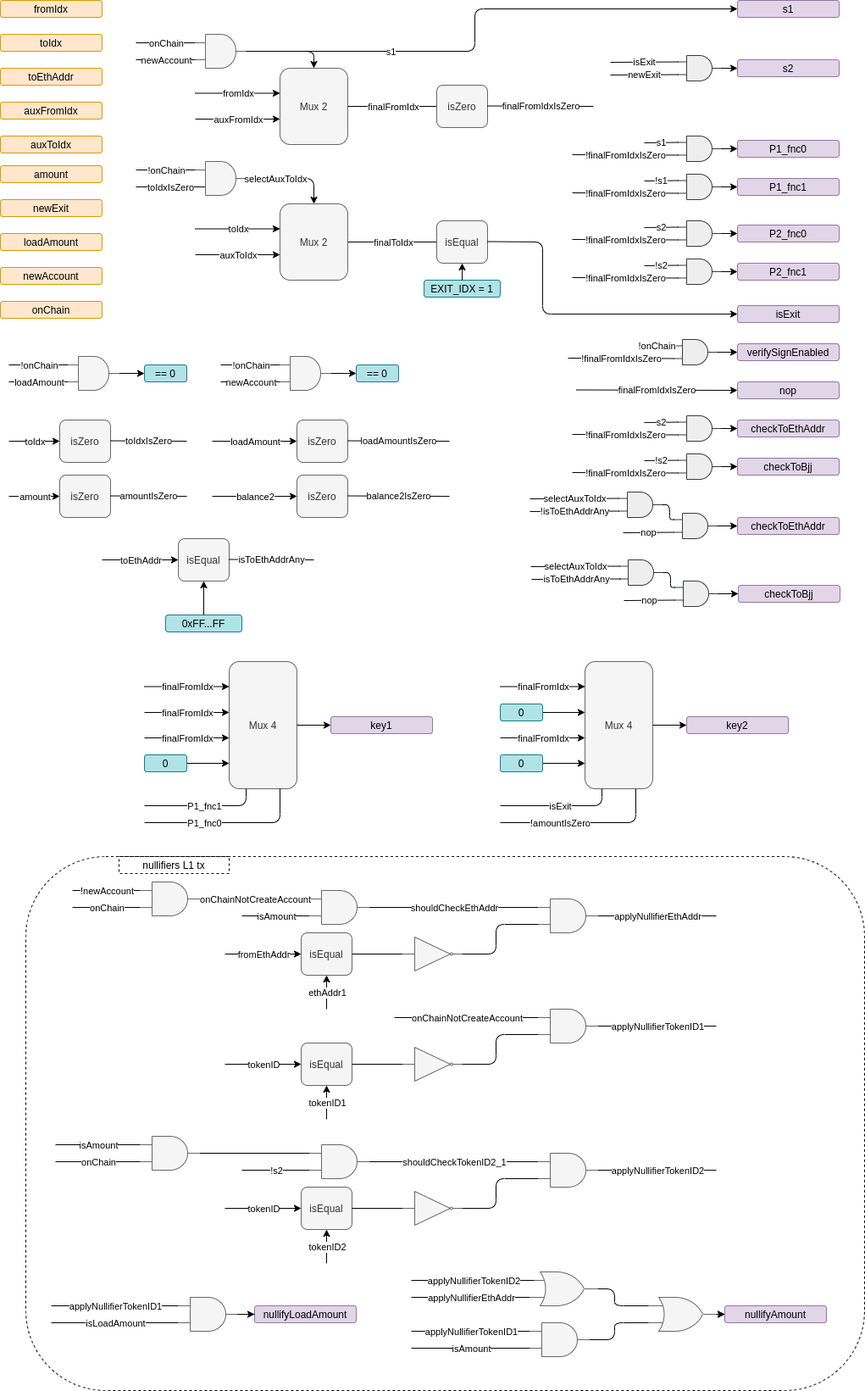
Before: docs/developers/protocol/hermez-protocol/circuits/rollup-tx-states.png, a diagram exported from draw.io (hermeznetwork/docs). Source tidied: cells renumbered, new cells last; positions are measured from the earlier drawing's top-left corner, leaving out a move shared by most shapes.
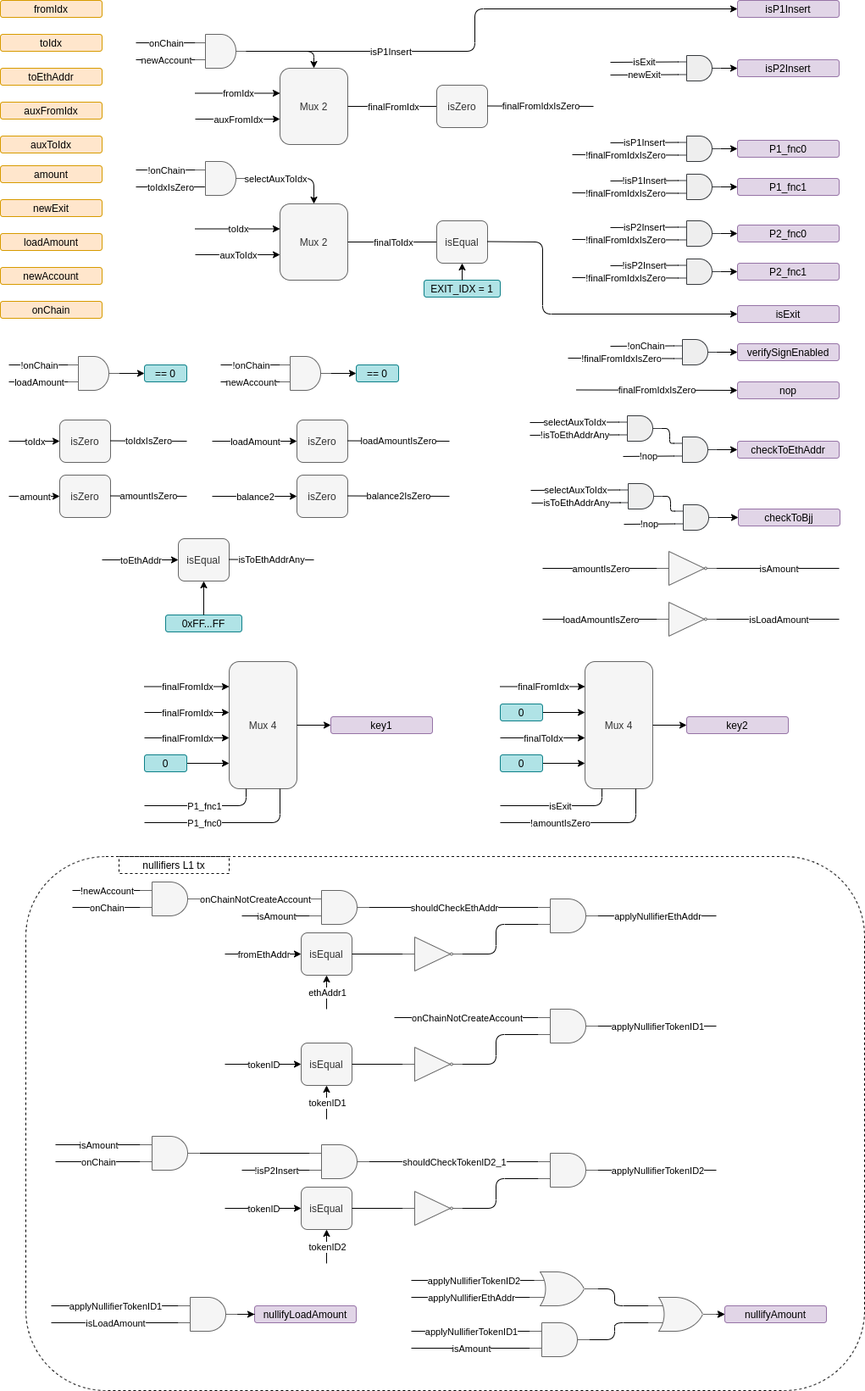
After the commit.

Change to the diagram source:
```diff
@@ -32,10 +32,10 @@
     <mxCell id="11" value="newAccount" style="text;html=1;strokeColor=#d79b00;fillColor=#ffe6cc;align=center;verticalAlign=middle;whiteSpace=wrap;rounded=1;" parent="1" vertex="1">
       <mxGeometry y="315" width="120" height="20" as="geometry" />
     </mxCell>
-    <mxCell id="12" value="s1" style="text;html=1;strokeColor=#9673a6;fillColor=#e1d5e7;align=center;verticalAlign=middle;whiteSpace=wrap;rounded=1;" parent="1" vertex="1">
+    <mxCell id="12" value="isP1Insert" style="text;html=1;strokeColor=#9673a6;fillColor=#e1d5e7;align=center;verticalAlign=middle;whiteSpace=wrap;rounded=1;" parent="1" vertex="1">
       <mxGeometry x="870" width="120" height="20" as="geometry" />
     </mxCell>
-    <mxCell id="13" value="s2" style="text;html=1;strokeColor=#9673a6;fillColor=#e1d5e7;align=center;verticalAlign=middle;whiteSpace=wrap;rounded=1;" parent="1" vertex="1">
+    <mxCell id="13" value="isP2Insert" style="text;html=1;strokeColor=#9673a6;fillColor=#e1d5e7;align=center;verticalAlign=middle;whiteSpace=wrap;rounded=1;" parent="1" vertex="1">
       <mxGeometry x="870" y="70" width="120" height="20" as="geometry" />
     </mxCell>
     <mxCell id="14" value="P1_fnc0" style="text;html=1;strokeColor=#9673a6;fillColor=#e1d5e7;align=center;verticalAlign=middle;whiteSpace=wrap;rounded=1;" parent="1" vertex="1">
@@ -74,7 +74,7 @@
         </Array>
       </mxGeometry>
     </mxCell>
-    <mxCell id="23" value="s1" style="edgeLabel;html=1;align=center;verticalAlign=middle;" parent="22" vertex="1">
+    <mxCell id="23" value="isP1Insert" style="edgeLabel;html=1;align=center;verticalAlign=middle;" parent="22" vertex="1">
       <mxGeometry relative="1" as="geometry">
         <mxPoint x="-100" y="45" as="offset" />
       </mxGeometry>
@@ -406,18 +406,18 @@
     </mxCell>
     <mxCell id="107" style="endArrow=none;html=1;endFill=0;entryX=0;entryY=0.25;entryDx=0;entryDy=0;entryPerimeter=0;" parent="1" edge="1" target="102">
       <mxGeometry relative="1" as="geometry">
-        <mxPoint x="760" y="168" as="sourcePoint" />
+        <mxPoint x="720" y="168" as="sourcePoint" />
       </mxGeometry>
     </mxCell>
-    <mxCell id="108" value="s1" style="edgeLabel;html=1;align=center;verticalAlign=middle;" parent="107" vertex="1">
+    <mxCell id="108" value="isP1Insert" style="edgeLabel;html=1;align=center;verticalAlign=middle;" parent="107" vertex="1">
       <mxGeometry relative="1" as="geometry" />
     </mxCell>
     <mxCell id="109" style="endArrow=none;html=1;entryX=0;entryY=0.25;entryDx=0;entryDy=0;entryPerimeter=0;endFill=0;" parent="1" edge="1" target="105">
       <mxGeometry relative="1" as="geometry">
-        <mxPoint x="760" y="213" as="sourcePoint" />
+        <mxPoint x="720" y="213" as="sourcePoint" />
       </mxGeometry>
     </mxCell>
-    <mxCell id="110" value="!s1" style="edgeLabel;html=1;align=center;verticalAlign=middle;" parent="109" vertex="1">
+    <mxCell id="110" value="!isP1Insert" style="edgeLabel;html=1;align=center;verticalAlign=middle;" parent="109" vertex="1">
       <mxGeometry relative="1" as="geometry" />
     </mxCell>
     <mxCell id="111" value="0" style="text;html=1;strokeColor=#0e8088;fillColor=#b0e3e6;align=center;verticalAlign=middle;whiteSpace=wrap;rounded=1;" parent="1" vertex="1">
@@ -516,18 +516,18 @@
     </mxCell>
     <mxCell id="133" style="endArrow=none;html=1;endFill=0;entryX=0;entryY=0.25;entryDx=0;entryDy=0;entryPerimeter=0;" parent="1" edge="1" target="128">
       <mxGeometry relative="1" as="geometry">
-        <mxPoint x="760" y="268" as="sourcePoint" />
+        <mxPoint x="720" y="268" as="sourcePoint" />
       </mxGeometry>
     </mxCell>
-    <mxCell id="134" value="s2" style="edgeLabel;html=1;align=center;verticalAlign=middle;" parent="133" vertex="1">
+    <mxCell id="134" value="isP2Insert" style="edgeLabel;html=1;align=center;verticalAlign=middle;" parent="133" vertex="1">
       <mxGeometry relative="1" as="geometry" />
     </mxCell>
     <mxCell id="135" style="endArrow=none;html=1;entryX=0;entryY=0.25;entryDx=0;entryDy=0;entryPerimeter=0;endFill=0;" parent="1" edge="1" target="131">
       <mxGeometry relative="1" as="geometry">
-        <mxPoint x="760" y="313" as="sourcePoint" />
+        <mxPoint x="720" y="313" as="sourcePoint" />
       </mxGeometry>
     </mxCell>
-    <mxCell id="136" value="!s2" style="edgeLabel;html=1;align=center;verticalAlign=middle;" parent="135" vertex="1">
+    <mxCell id="136" value="!isP2Insert" style="edgeLabel;html=1;align=center;verticalAlign=middle;" parent="135" vertex="1">
       <mxGeometry relative="1" as="geometry" />
     </mxCell>
     <mxCell id="137" style="endArrow=none;html=1;endFill=0;" parent="1" edge="1">
@@ -575,7 +575,7 @@
         <mxPoint x="690" y="870" as="targetPoint" />
       </mxGeometry>
     </mxCell>
-    <mxCell id="147" value="finalFromIdx" style="edgeLabel;html=1;align=center;verticalAlign=middle;" parent="146" vertex="1">
+    <mxCell id="147" value="finalToIdx" style="edgeLabel;html=1;align=center;verticalAlign=middle;" parent="146" vertex="1">
       <mxGeometry relative="1" as="geometry" />
     </mxCell>
     <mxCell id="148" style="endArrow=classic;html=1;" parent="1" edge="1">
@@ -626,11 +626,13 @@
     </mxCell>
     <mxCell id="158" style="endArrow=none;html=1;entryX=0;entryY=0.25;entryDx=0;entryDy=0;entryPerimeter=0;endFill=0;" parent="1" edge="1" target="156">
       <mxGeometry relative="1" as="geometry">
-        <mxPoint x="755" y="408" as="sourcePoint" />
+        <mxPoint x="720" y="408" as="sourcePoint" />
       </mxGeometry>
     </mxCell>
     <mxCell id="159" value="!onChain" style="edgeLabel;html=1;align=center;verticalAlign=middle;" parent="158" vertex="1">
-      <mxGeometry relative="1" as="geometry" />
+      <mxGeometry relative="1" as="geometry">
+        <mxPoint x="4" y="0.2" as="offset" />
+      </mxGeometry>
     </mxCell>
     <mxCell id="160" style="endArrow=none;html=1;endFill=0;" parent="1" edge="1">
       <mxGeometry relative="1" as="geometry">
@@ -649,60 +651,6 @@
     <mxCell id="163" value="finalFromIdxIsZero" style="edgeLabel;html=1;align=center;verticalAlign=middle;" parent="162" vertex="1">
       <mxGeometry relative="1" as="geometry" />
     </mxCell>
-    <mxCell id="164" value="checkToEthAddr" style="text;html=1;strokeColor=#9673a6;fillColor=#e1d5e7;align=center;verticalAlign=middle;whiteSpace=wrap;rounded=1;" parent="1" vertex="1">
-      <mxGeometry x="870" y="495" width="120" height="20" as="geometry" />
-    </mxCell>
-    <mxCell id="165" style="verticalLabelPosition=bottom;shadow=0;dashed=0;align=center;html=1;verticalAlign=top;shape=mxgraph.electrical.logic_gates.logic_gate;operation=and;rounded=1;fillColor=#eeeeee;strokeColor=#36393d;" parent="1" vertex="1">
-      <mxGeometry x="800" y="490" width="50" height="30" as="geometry" />
-    </mxCell>
-    <mxCell id="166" style="endArrow=classic;html=1;exitX=1;exitY=0.5;exitDx=0;exitDy=0;exitPerimeter=0;entryX=0;entryY=0.5;entryDx=0;entryDy=0;" parent="1" edge="1" source="165" target="164">
-      <mxGeometry relative="1" as="geometry" />
-    </mxCell>
-    <mxCell id="167" value="checkToBjj" style="text;html=1;strokeColor=#9673a6;fillColor=#e1d5e7;align=center;verticalAlign=middle;whiteSpace=wrap;rounded=1;" parent="1" vertex="1">
-      <mxGeometry x="870" y="540" width="120" height="20" as="geometry" />
-    </mxCell>
-    <mxCell id="168" style="verticalLabelPosition=bottom;shadow=0;dashed=0;align=center;html=1;verticalAlign=top;shape=mxgraph.electrical.logic_gates.logic_gate;operation=and;rounded=1;fillColor=#eeeeee;strokeColor=#36393d;" parent="1" vertex="1">
-      <mxGeometry x="800" y="535" width="50" height="30" as="geometry" />
-    </mxCell>
-    <mxCell id="169" style="endArrow=classic;html=1;exitX=1;exitY=0.5;exitDx=0;exitDy=0;exitPerimeter=0;entryX=0;entryY=0.5;entryDx=0;entryDy=0;" parent="1" edge="1" source="168">
-      <mxGeometry relative="1" as="geometry">
-        <mxPoint x="870" y="550" as="targetPoint" />
-      </mxGeometry>
-    </mxCell>
-    <mxCell id="170" style="endArrow=none;html=1;endFill=0;entryX=0;entryY=0.25;entryDx=0;entryDy=0;entryPerimeter=0;" parent="1" edge="1" target="165">
-      <mxGeometry relative="1" as="geometry">
-        <mxPoint x="760" y="498" as="sourcePoint" />
-      </mxGeometry>
-    </mxCell>
-    <mxCell id="171" value="s2" style="edgeLabel;html=1;align=center;verticalAlign=middle;" parent="170" vertex="1">
-      <mxGeometry relative="1" as="geometry" />
-    </mxCell>
-    <mxCell id="172" style="endArrow=none;html=1;entryX=0;entryY=0.25;entryDx=0;entryDy=0;entryPerimeter=0;endFill=0;" parent="1" edge="1" target="168">
-      <mxGeometry relative="1" as="geometry">
-        <mxPoint x="760" y="543" as="sourcePoint" />
-      </mxGeometry>
-    </mxCell>
-    <mxCell id="173" value="!s2" style="edgeLabel;html=1;align=center;verticalAlign=middle;" parent="172" vertex="1">
-      <mxGeometry relative="1" as="geometry" />
-    </mxCell>
-    <mxCell id="174" style="endArrow=none;html=1;endFill=0;" parent="1" edge="1">
-      <mxGeometry relative="1" as="geometry">
-        <mxPoint x="675" y="512" as="sourcePoint" />
-        <mxPoint x="800" y="512.5" as="targetPoint" />
-      </mxGeometry>
-    </mxCell>
-    <mxCell id="175" value="!finalFromIdxIsZero" style="edgeLabel;html=1;align=center;verticalAlign=middle;" parent="174" vertex="1">
-      <mxGeometry relative="1" as="geometry" />
-    </mxCell>
-    <mxCell id="176" style="endArrow=none;html=1;endFill=0;" parent="1" edge="1">
-      <mxGeometry relative="1" as="geometry">
-        <mxPoint x="675" y="557" as="sourcePoint" />
-        <mxPoint x="800" y="557.5" as="targetPoint" />
-      </mxGeometry>
-    </mxCell>
-    <mxCell id="177" value="!finalFromIdxIsZero" style="edgeLabel;html=1;align=center;verticalAlign=middle;" parent="176" vertex="1">
-      <mxGeometry relative="1" as="geometry" />
-    </mxCell>
     <mxCell id="178" style="endArrow=classic;html=1;exitX=1;exitY=0.5;exitDx=0;exitDy=0;exitPerimeter=0;entryX=0.5;entryY=0;entryDx=0;entryDy=0;" parent="1" edge="1">
       <mxGeometry relative="1" as="geometry">
         <mxPoint x="290" y="210" as="sourcePoint" />
@@ -718,7 +666,7 @@
       </mxGeometry>
     </mxCell>
     <mxCell id="180" style="group;" parent="1" vertex="1">
-      <mxGeometry x="625" y="580" width="365" height="55" as="geometry" />
+      <mxGeometry x="625" y="490" width="365" height="55" as="geometry" />
     </mxCell>
     <mxCell id="181" value="checkToEthAddr" style="text;html=1;strokeColor=#9673a6;fillColor=#e1d5e7;align=center;verticalAlign=middle;whiteSpace=wrap;rounded=1;" parent="180" vertex="1">
       <mxGeometry x="245" y="30" width="120" height="20" as="geometry" />
@@ -756,14 +704,14 @@
         <mxPoint x="110" y="48" as="sourcePoint" />
       </mxGeometry>
     </mxCell>
-    <mxCell id="190" value="nop" style="edgeLabel;html=1;align=center;verticalAlign=middle;" parent="189" vertex="1">
+    <mxCell id="190" value="!nop" style="edgeLabel;html=1;align=center;verticalAlign=middle;" parent="189" vertex="1">
       <mxGeometry relative="1" as="geometry" />
     </mxCell>
     <mxCell id="191" style="endArrow=none;html=1;exitX=1;exitY=0.5;exitDx=0;exitDy=0;exitPerimeter=0;entryX=0;entryY=0.25;entryDx=0;entryDy=0;entryPerimeter=0;edgeStyle=orthogonalEdgeStyle;" parent="180" edge="1" source="182" target="185">
       <mxGeometry relative="1" as="geometry" />
     </mxCell>
     <mxCell id="192" style="group;" parent="1" vertex="1">
-      <mxGeometry x="626" y="660" width="365" height="55" as="geometry" />
+      <mxGeometry x="626" y="570" width="365" height="55" as="geometry" />
     </mxCell>
     <mxCell id="193" value="checkToBjj" style="text;html=1;strokeColor=#9673a6;fillColor=#e1d5e7;align=center;verticalAlign=middle;whiteSpace=wrap;rounded=1;" parent="192" vertex="1">
       <mxGeometry x="245" y="30" width="120" height="20" as="geometry" />
@@ -801,7 +749,7 @@
         <mxPoint x="110" y="48" as="sourcePoint" />
       </mxGeometry>
     </mxCell>
-    <mxCell id="202" value="nop" style="edgeLabel;html=1;align=center;verticalAlign=middle;" parent="201" vertex="1">
+    <mxCell id="202" value="!nop" style="edgeLabel;html=1;align=center;verticalAlign=middle;" parent="201" vertex="1">
       <mxGeometry relative="1" as="geometry" />
     </mxCell>
     <mxCell id="203" style="endArrow=none;html=1;exitX=1;exitY=0.5;exitDx=0;exitDy=0;exitPerimeter=0;entryX=0;entryY=0.25;entryDx=0;entryDy=0;entryPerimeter=0;edgeStyle=orthogonalEdgeStyle;" parent="192" edge="1" source="194" target="197">
@@ -959,7 +907,7 @@
         <mxPoint x="225" y="340" as="sourcePoint" />
       </mxGeometry>
     </mxCell>
-    <mxCell id="244" value="!s2" style="edgeLabel;html=1;align=center;verticalAlign=middle;" parent="243" vertex="1">
+    <mxCell id="244" value="!isP2Insert" style="edgeLabel;html=1;align=center;verticalAlign=middle;" parent="243" vertex="1">
       <mxGeometry relative="1" as="geometry" />
     </mxCell>
     <mxCell id="245" style="endArrow=none;html=1;exitX=1;exitY=0.5;exitDx=0;exitDy=0;exitPerimeter=0;entryX=0;entryY=0.25;entryDx=0;entryDy=0;entryPerimeter=0;endFill=0;" parent="205" edge="1" source="242" target="252">
@@ -1136,5 +1084,43 @@
     <mxCell id="287" value="nullifiers L1 tx" style="text;html=1;fillColor=none;align=center;verticalAlign=middle;whiteSpace=wrap;rounded=0;dashed=1;strokeColor=#000000;" parent="1" vertex="1">
       <mxGeometry x="140" y="1010" width="130" height="20" as="geometry" />
     </mxCell>
+    <mxCell id="288" style="verticalLabelPosition=bottom;shadow=0;dashed=0;align=center;html=1;verticalAlign=top;shape=mxgraph.electrical.logic_gates.buffer2;negating=1;fillColor=#f5f5f5;strokeColor=#666666;fontColor=#333333;" parent="1" vertex="1">
+      <mxGeometry x="775" y="650" width="70" height="40" as="geometry" />
+    </mxCell>
+    <mxCell id="289" style="endArrow=none;html=1;entryX=0;entryY=0.5;entryDx=0;entryDy=0;endFill=0;" parent="1" edge="1" target="288">
+      <mxGeometry relative="1" as="geometry">
+        <mxPoint x="640" y="670" as="sourcePoint" />
+      </mxGeometry>
+    </mxCell>
+    <mxCell id="290" value="amountIsZero" style="edgeLabel;html=1;align=center;verticalAlign=middle;" parent="289" vertex="1">
+      <mxGeometry relative="1" as="geometry" />
+    </mxCell>
+    <mxCell id="291" style="endArrow=none;html=1;endFill=0;exitX=1;exitY=0.5;exitDx=0;exitDy=0;" parent="1" edge="1" source="288">
+      <mxGeometry relative="1" as="geometry">
+        <mxPoint x="990" y="670" as="targetPoint" />
+      </mxGeometry>
+    </mxCell>
+    <mxCell id="292" value="isAmount" style="edgeLabel;html=1;align=center;verticalAlign=middle;" parent="291" vertex="1">
+      <mxGeometry relative="1" as="geometry" />
+    </mxCell>
+    <mxCell id="293" style="verticalLabelPosition=bottom;shadow=0;dashed=0;align=center;html=1;verticalAlign=top;shape=mxgraph.electrical.logic_gates.buffer2;negating=1;fillColor=#f5f5f5;strokeColor=#666666;fontColor=#333333;" parent="1" vertex="1">
+      <mxGeometry x="775" y="710" width="70" height="40" as="geometry" />
+    </mxCell>
+    <mxCell id="294" style="endArrow=none;html=1;entryX=0;entryY=0.5;entryDx=0;entryDy=0;endFill=0;" parent="1" edge="1" target="293">
+      <mxGeometry relative="1" as="geometry">
+        <mxPoint x="640" y="730" as="sourcePoint" />
+      </mxGeometry>
+    </mxCell>
+    <mxCell id="295" value="loadAmountIsZero" style="edgeLabel;html=1;align=center;verticalAlign=middle;" parent="294" vertex="1">
+      <mxGeometry relative="1" as="geometry" />
+    </mxCell>
+    <mxCell id="296" style="endArrow=none;html=1;endFill=0;exitX=1;exitY=0.5;exitDx=0;exitDy=0;" parent="1" edge="1" source="293">
+      <mxGeometry relative="1" as="geometry">
+        <mxPoint x="990" y="730" as="targetPoint" />
+      </mxGeometry>
+    </mxCell>
+    <mxCell id="297" value="isLoadAmount" style="edgeLabel;html=1;align=center;verticalAlign=middle;" parent="296" vertex="1">
+      <mxGeometry relative="1" as="geometry" />
+    </mxCell>
   </root>
 </mxGraphModel>
```
